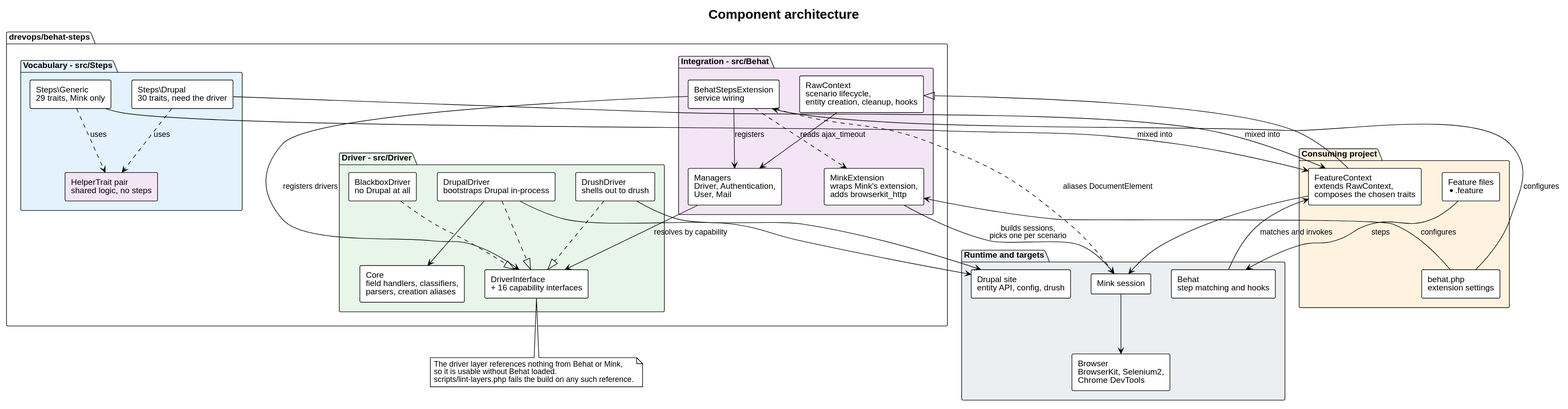
The PlantUML diagram docs/architecture/architecture.svg in drevops/behat-steps, before a commit.
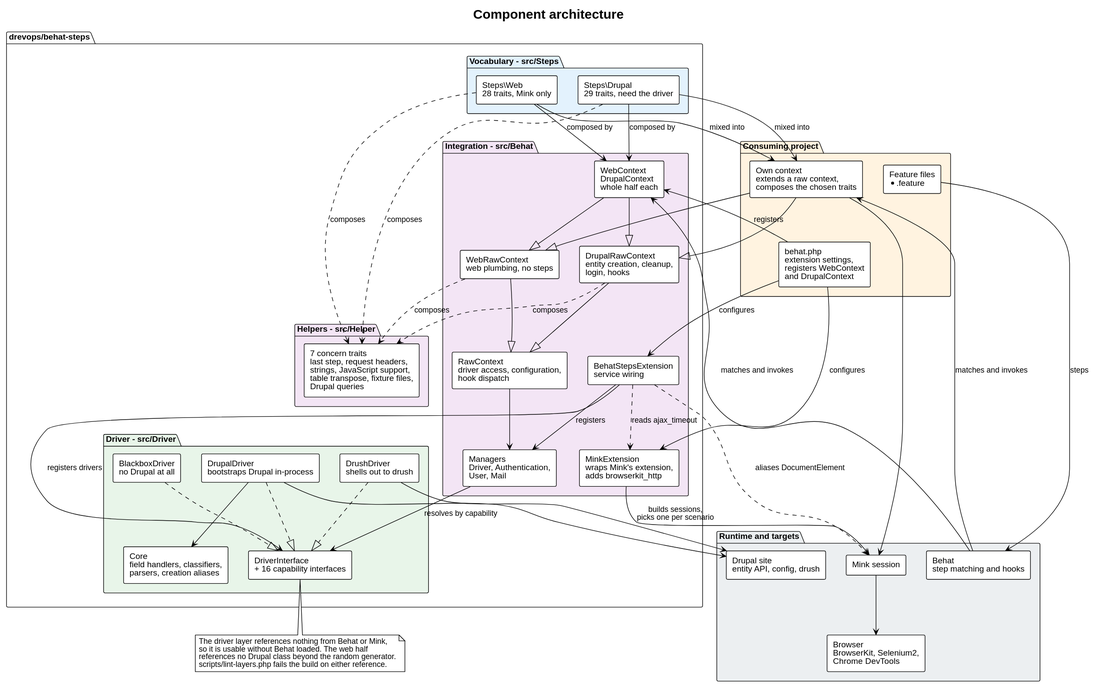
After the commit.

Diff of the diagram source:
```diff
@@ -8,21 +8,27 @@
 
 package "Consuming project" #FFF3E0 {
   component "Feature files\n*.feature" as Features
-  component "behat.php\nextension settings" as Config
-  component "FeatureContext\nextends RawContext,\ncomposes the chosen traits" as Consumer
+  component "behat.php\nextension settings,\nregisters WebContext\nand DrupalContext" as Config
+  component "Own context\nextends a raw context,\ncomposes the chosen traits" as Consumer
 }
 
 package "drevops/behat-steps" {
 
   package "Vocabulary - src/Steps" #E3F2FD {
-    component "Steps\\Generic\n29 traits, Mink only" as Generic
-    component "Steps\\Drupal\n30 traits, need the driver" as DrupalSteps
-    component "HelperTrait pair\nshared logic, no steps" as Helpers #F3E5F5
+    component "Steps\\Web\n28 traits, Mink only" as WebSteps
+    component "Steps\\Drupal\n29 traits, need the driver" as DrupalSteps
+  }
+
+  package "Helpers - src/Helper" #F3E5F5 {
+    component "7 concern traits\nlast step, request headers,\nstrings, JavaScript support,\ntable transpose, fixture files,\nDrupal queries" as Helpers
   }
 
   package "Integration - src/Behat" #F3E5F5 {
     component "BehatStepsExtension\nservice wiring" as Ext
-    component "RawContext\nscenario lifecycle,\nentity creation, cleanup, hooks" as RawCtx
+    component "RawContext\ndriver access, configuration,\nhook dispatch" as RawCtx
+    component "WebRawContext\nweb plumbing, no steps" as WebRawCtx
+    component "DrupalRawContext\nentity creation, cleanup,\nlogin, hooks" as DrupalRawCtx
+    component "WebContext\nDrupalContext\nwhole half each" as Vocabularies
     component "Managers\nDriver, Authentication,\nUser, Mail" as Managers
     component "MinkExtension\nwraps Mink's extension,\nadds browserkit_http" as MinkExt
   }
@@ -46,14 +52,25 @@
 Features --> Behat : steps
 Config --> Ext : configures
 Config --> MinkExt : configures
+Config --> Vocabularies : registers
 Behat --> Consumer : matches and invokes
+Behat --> Vocabularies : matches and invokes
 
-Generic --> Consumer : mixed into
+WebSteps --> Vocabularies : composed by
+DrupalSteps --> Vocabularies : composed by
+WebSteps --> Consumer : mixed into
 DrupalSteps --> Consumer : mixed into
-Generic ..> Helpers : uses
-DrupalSteps ..> Helpers : uses
+WebSteps ..> Helpers : composes
+DrupalSteps ..> Helpers : composes
+WebRawCtx ..> Helpers : composes
+DrupalRawCtx ..> Helpers : composes
 
-Consumer --|> RawCtx
+Consumer --|> WebRawCtx
+Consumer --|> DrupalRawCtx
+WebRawCtx --|> RawCtx
+DrupalRawCtx --|> RawCtx
+Vocabularies --|> WebRawCtx
+Vocabularies --|> DrupalRawCtx
 Ext --> Managers : registers
 Ext --> DriverIface : registers drivers
 Ext ..> MinkExt : reads ajax_timeout
@@ -74,12 +91,14 @@
 
 note bottom of DriverIface
   The driver layer references nothing from Behat or Mink,
-  so it is usable without Behat loaded.
-  scripts/lint-layers.php fails the build on any such reference.
+  so it is usable without Behat loaded. The web half
+  references no Drupal class beyond the random generator.
+  scripts/lint-layers.php fails the build on either reference.
 end note
 
 Features -[hidden]down- Config
-Generic -[hidden]right- DrupalSteps
+WebSteps -[hidden]right- DrupalSteps
+WebRawCtx -[hidden]right- DrupalRawCtx
 DrupalDrv -[hidden]right- DrushDrv
 DrushDrv -[hidden]right- BlackboxDrv
 @enduml
```
